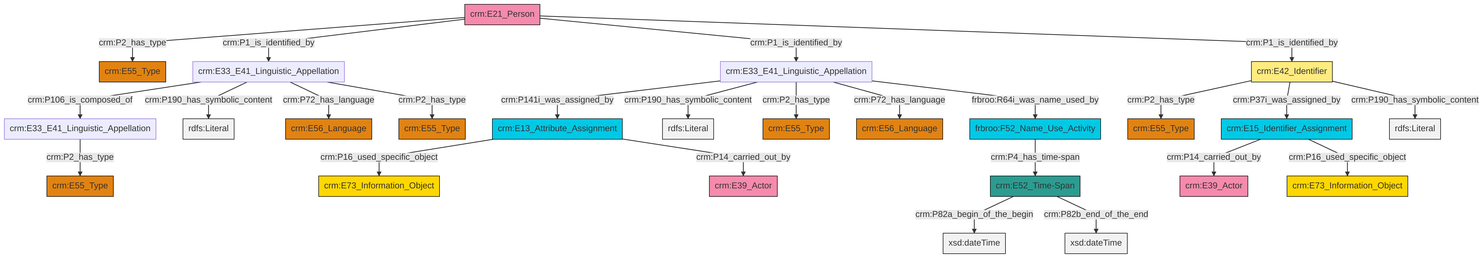
Earlier version of the Mermaid export et/personCSV/ttl/mmd/png/Person_Names_and_Classification.png (swiss-art-research-net/reference-data-models). Its source is kept beside it as et/personCSV/ttl/mmd/Person_Names_and_Classification.ttl.mmd.
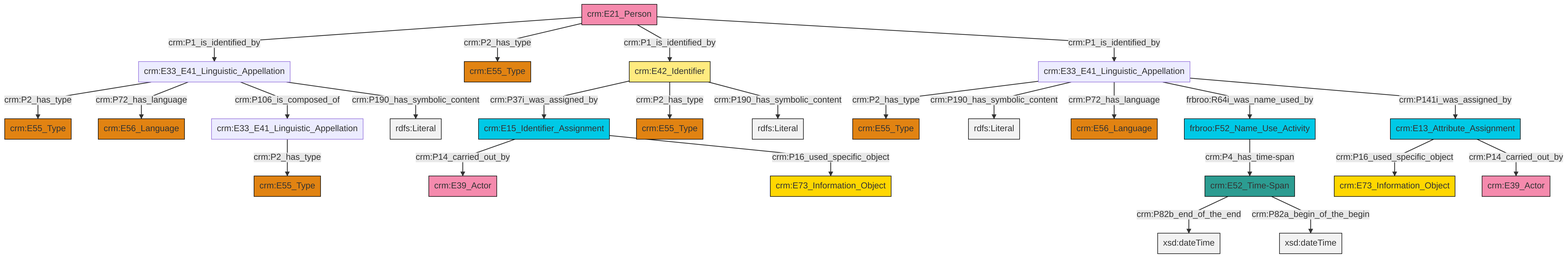
After the change.

What changed in the source:
```diff
@@ -13,27 +13,27 @@
 classDef PC_Classes fill:#4ce600, stroke:#000000;
 classDef Multi fill:#cccccc,stroke:#000000;
 
-0["crm:E33_E41_Linguistic_Appellation"]:::Default -->|crm:P141i_was_assigned_by| 1["crm:E13_Attribute_Assignment"]:::Temporal_Entity
-0["crm:E33_E41_Linguistic_Appellation"]:::Default -->|crm:P190_has_symbolic_content| 2[rdfs:Literal]:::Literal
-0["crm:E33_E41_Linguistic_Appellation"]:::Default -->|crm:P2_has_type| 5["crm:E55_Type"]:::Type
-0["crm:E33_E41_Linguistic_Appellation"]:::Default -->|crm:P72_has_language| 12["crm:E56_Language"]:::Type
-13["crm:E33_E41_Linguistic_Appellation"]:::Default -->|crm:P106_is_composed_of| 3["crm:E33_E41_Linguistic_Appellation"]:::Default
-13["crm:E33_E41_Linguistic_Appellation"]:::Default -->|crm:P190_has_symbolic_content| 16[rdfs:Literal]:::Literal
-17["crm:E21_Person"]:::Actor -->|crm:P2_has_type| 8["crm:E55_Type"]:::Type
-1["crm:E13_Attribute_Assignment"]:::Temporal_Entity -->|crm:P16_used_specific_object| 22["crm:E73_Information_Object"]:::Conceptual_Object
-6["crm:E15_Identifier_Assignment"]:::Temporal_Entity -->|crm:P14_carried_out_by| 23["crm:E39_Actor"]:::Actor
-26["crm:E52_Time-Span"]:::Time-Span -->|crm:P82a_begin_of_the_begin| 27[xsd:dateTime]:::Literal
-13["crm:E33_E41_Linguistic_Appellation"]:::Default -->|crm:P72_has_language| 14["crm:E56_Language"]:::Type
-33["crm:E42_Identifier"]:::Appellation -->|crm:P2_has_type| 18["crm:E55_Type"]:::Type
-17["crm:E21_Person"]:::Actor -->|crm:P1_is_identified_by| 13["crm:E33_E41_Linguistic_Appellation"]:::Default
-13["crm:E33_E41_Linguistic_Appellation"]:::Default -->|crm:P2_has_type| 30["crm:E55_Type"]:::Type
-0["crm:E33_E41_Linguistic_Appellation"]:::Default -->|frbroo:R64i_was_name_used_by| 24["frbroo:F52_Name_Use_Activity"]:::Temporal_Entity
-3["crm:E33_E41_Linguistic_Appellation"]:::Default -->|crm:P2_has_type| 20["crm:E55_Type"]:::Type
-24["frbroo:F52_Name_Use_Activity"]:::Temporal_Entity -->|crm:P4_has_time-span| 26["crm:E52_Time-Span"]:::Time-Span
-17["crm:E21_Person"]:::Actor -->|crm:P1_is_identified_by| 0["crm:E33_E41_Linguistic_Appellation"]:::Default
-33["crm:E42_Identifier"]:::Appellation -->|crm:P37i_was_assigned_by| 6["crm:E15_Identifier_Assignment"]:::Temporal_Entity
-6["crm:E15_Identifier_Assignment"]:::Temporal_Entity -->|crm:P16_used_specific_object| 10["crm:E73_Information_Object"]:::Conceptual_Object
-33["crm:E42_Identifier"]:::Appellation -->|crm:P190_has_symbolic_content| 38[rdfs:Literal]:::Literal
-1["crm:E13_Attribute_Assignment"]:::Temporal_Entity -->|crm:P14_carried_out_by| 28["crm:E39_Actor"]:::Actor
-26["crm:E52_Time-Span"]:::Time-Span -->|crm:P82b_end_of_the_end| 43[xsd:dateTime]:::Literal
-17["crm:E21_Person"]:::Actor -->|crm:P1_is_identified_by| 33["crm:E42_Identifier"]:::Appellation
+0["crm:E52_Time-Span"]:::Time-Span -->|crm:P82b_end_of_the_end| 1[xsd:dateTime]:::Literal
+2["crm:E21_Person"]:::Actor -->|crm:P1_is_identified_by| 3["crm:E33_E41_Linguistic_Appellation"]:::Default
+8["crm:E33_E41_Linguistic_Appellation"]:::Default -->|crm:P2_has_type| 9["crm:E55_Type"]:::Type
+2["crm:E21_Person"]:::Actor -->|crm:P2_has_type| 11["crm:E55_Type"]:::Type
+15["crm:E15_Identifier_Assignment"]:::Temporal_Entity -->|crm:P14_carried_out_by| 12["crm:E39_Actor"]:::Actor
+6["crm:E33_E41_Linguistic_Appellation"]:::Default -->|crm:P2_has_type| 18["crm:E55_Type"]:::Type
+15["crm:E15_Identifier_Assignment"]:::Temporal_Entity -->|crm:P16_used_specific_object| 20["crm:E73_Information_Object"]:::Conceptual_Object
+8["crm:E33_E41_Linguistic_Appellation"]:::Default -->|crm:P190_has_symbolic_content| 21[rdfs:Literal]:::Literal
+8["crm:E33_E41_Linguistic_Appellation"]:::Default -->|crm:P72_has_language| 22["crm:E56_Language"]:::Type
+16["crm:E42_Identifier"]:::Appellation -->|crm:P37i_was_assigned_by| 15["crm:E15_Identifier_Assignment"]:::Temporal_Entity
+3["crm:E33_E41_Linguistic_Appellation"]:::Default -->|crm:P2_has_type| 23["crm:E55_Type"]:::Type
+2["crm:E21_Person"]:::Actor -->|crm:P1_is_identified_by| 16["crm:E42_Identifier"]:::Appellation
+3["crm:E33_E41_Linguistic_Appellation"]:::Default -->|crm:P72_has_language| 27["crm:E56_Language"]:::Type
+3["crm:E33_E41_Linguistic_Appellation"]:::Default -->|crm:P106_is_composed_of| 6["crm:E33_E41_Linguistic_Appellation"]:::Default
+29["crm:E13_Attribute_Assignment"]:::Temporal_Entity -->|crm:P16_used_specific_object| 30["crm:E73_Information_Object"]:::Conceptual_Object
+2["crm:E21_Person"]:::Actor -->|crm:P1_is_identified_by| 8["crm:E33_E41_Linguistic_Appellation"]:::Default
+8["crm:E33_E41_Linguistic_Appellation"]:::Default -->|frbroo:R64i_was_name_used_by| 36["frbroo:F52_Name_Use_Activity"]:::Temporal_Entity
+36["frbroo:F52_Name_Use_Activity"]:::Temporal_Entity -->|crm:P4_has_time-span| 0["crm:E52_Time-Span"]:::Time-Span
+16["crm:E42_Identifier"]:::Appellation -->|crm:P2_has_type| 4["crm:E55_Type"]:::Type
+3["crm:E33_E41_Linguistic_Appellation"]:::Default -->|crm:P190_has_symbolic_content| 40[rdfs:Literal]:::Literal
+29["crm:E13_Attribute_Assignment"]:::Temporal_Entity -->|crm:P14_carried_out_by| 41["crm:E39_Actor"]:::Actor
+0["crm:E52_Time-Span"]:::Time-Span -->|crm:P82a_begin_of_the_begin| 42[xsd:dateTime]:::Literal
+8["crm:E33_E41_Linguistic_Appellation"]:::Default -->|crm:P141i_was_assigned_by| 29["crm:E13_Attribute_Assignment"]:::Temporal_Entity
+16["crm:E42_Identifier"]:::Appellation -->|crm:P190_has_symbolic_content| 45[rdfs:Literal]:::Literal
```
